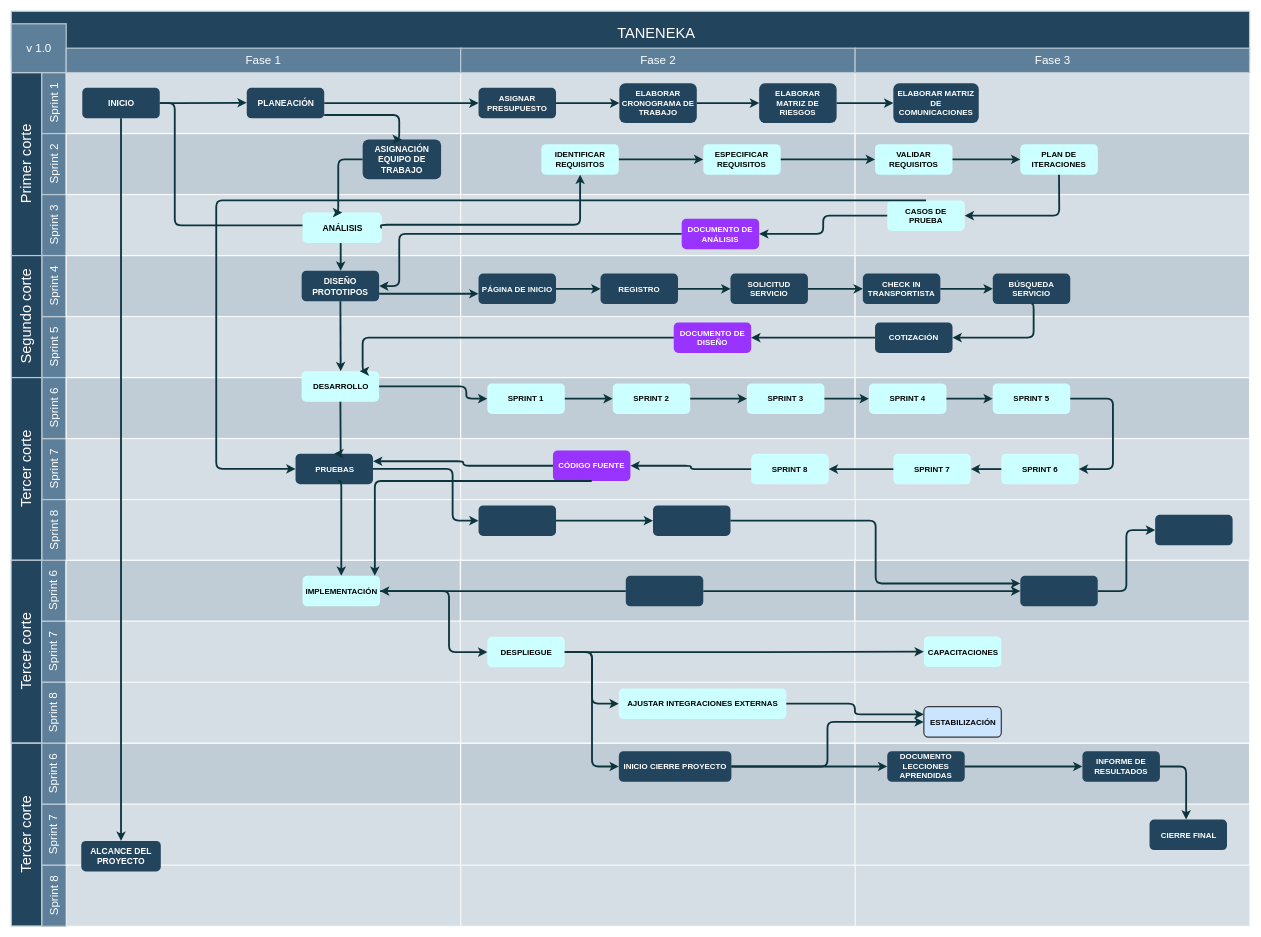
Before: src/Untitled Diagram.drawio in lilitoones/ejercicios-open-bootcamp, a draw.io diagram. Source tidied: cells renumbered, new cells numbered last; positions are measured from the earlier drawing's top-left corner, leaving out a move shared by most shapes. Both pictures are drawn from the tidied source at 61%, with x=0, y=0 at pixel (11, 11).
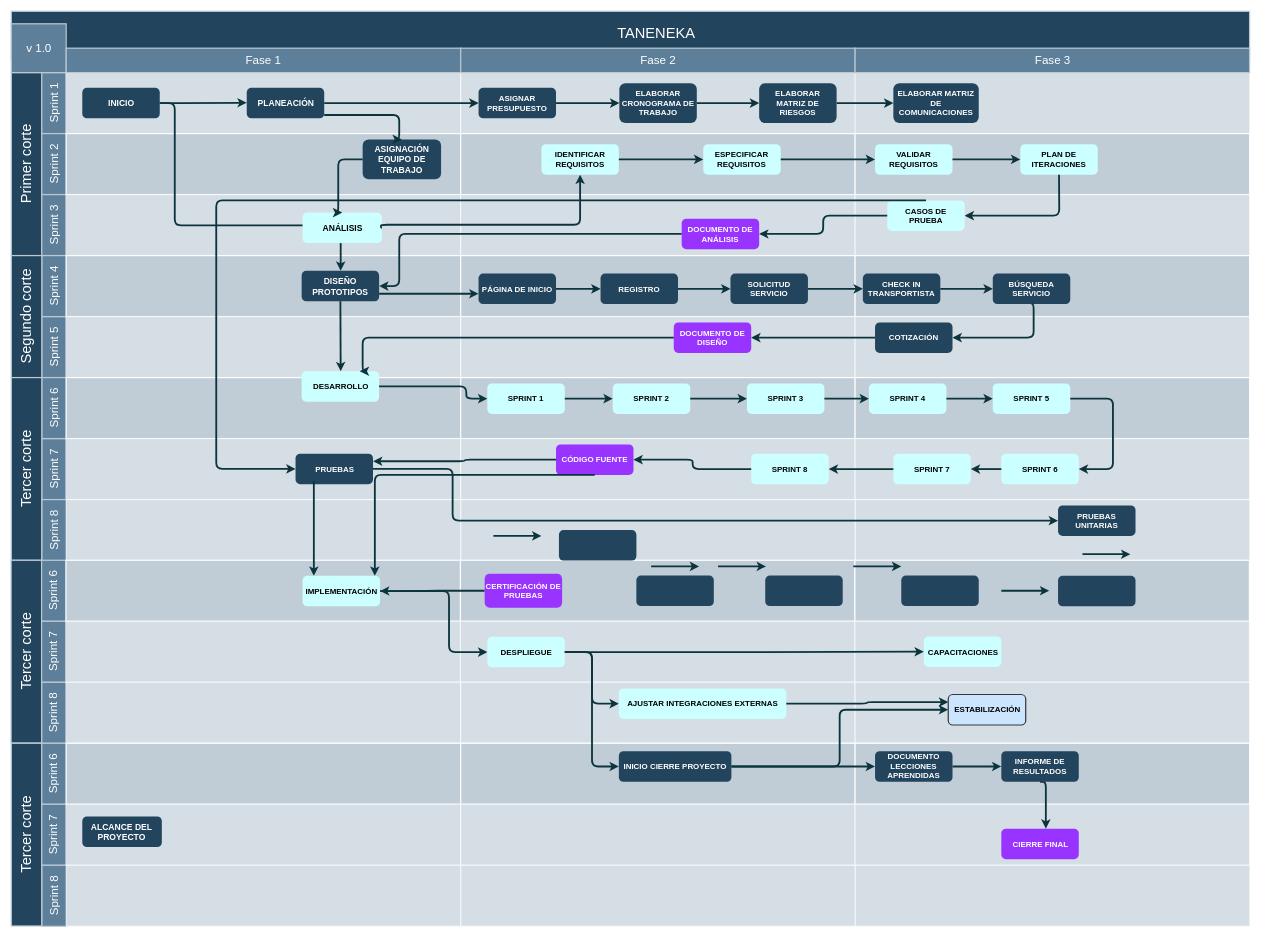
After the change.

The change refers to these unchanged cells:
```xml
<mxCell id="36" value="&lt;font style=&quot;vertical-align: inherit ; font-size: 14px&quot; color=&quot;#ffffff&quot;&gt;&lt;b&gt;INICIO&lt;/b&gt;&lt;/font&gt;" style="rounded=1;fillColor=#23445D;strokeColor=none;strokeWidth=2;fontFamily=Helvetica;html=1;gradientColor=none;" parent="1" vertex="1">
  <mxGeometry x="116.4" y="125.5" width="127" height="50" as="geometry" />
</mxCell>
<mxCell id="40" value="&lt;font style=&quot;vertical-align: inherit ; font-size: 13px&quot;&gt;&lt;font style=&quot;vertical-align: inherit ; font-size: 13px&quot;&gt;&lt;font style=&quot;vertical-align: inherit ; font-size: 13px&quot;&gt;&lt;font style=&quot;vertical-align: inherit ; font-size: 13px&quot;&gt;&lt;b&gt;DESARROLLO&lt;/b&gt;&lt;/font&gt;&lt;/font&gt;&lt;/font&gt;&lt;/font&gt;" style="rounded=1;fillColor=#CCFFFF;strokeColor=none;strokeWidth=2;fontFamily=Helvetica;html=1;gradientColor=none;fontColor=#000000;" parent="1" vertex="1">
  <mxGeometry x="476" y="590" width="127" height="50" as="geometry" />
</mxCell>
<mxCell id="102" value="&lt;font style=&quot;vertical-align: inherit ; font-size: 13px&quot;&gt;&lt;font style=&quot;vertical-align: inherit ; font-size: 13px&quot;&gt;&lt;font style=&quot;vertical-align: inherit ; font-size: 13px&quot;&gt;&lt;font style=&quot;vertical-align: inherit ; font-size: 13px&quot; color=&quot;#ffffff&quot;&gt;&lt;b&gt;PRUEBAS&lt;/b&gt;&lt;/font&gt;&lt;/font&gt;&lt;/font&gt;&lt;/font&gt;" style="rounded=1;fillColor=#23445D;strokeColor=none;strokeWidth=2;fontFamily=Helvetica;html=1;gradientColor=none;" parent="1" vertex="1">
  <mxGeometry x="466" y="725.2" width="127" height="50" as="geometry" />
</mxCell>
<mxCell id="115" value="&lt;font style=&quot;vertical-align: inherit ; font-size: 13px&quot;&gt;&lt;font style=&quot;vertical-align: inherit ; font-size: 13px&quot;&gt;&lt;font style=&quot;vertical-align: inherit ; font-size: 13px&quot;&gt;&lt;font style=&quot;vertical-align: inherit ; font-size: 13px&quot;&gt;&lt;b&gt;IMPLEMENTACIÓN&lt;/b&gt;&lt;/font&gt;&lt;/font&gt;&lt;/font&gt;&lt;/font&gt;" style="rounded=1;fillColor=#CCFFFF;strokeColor=none;strokeWidth=2;fontFamily=Helvetica;html=1;gradientColor=none;fontColor=#000000;" parent="1" vertex="1">
  <mxGeometry x="477.5" y="925.5" width="127" height="50" as="geometry" />
</mxCell>
```

Change to the diagram source:
```diff
@@
     <mxCell id="45" value="CÓDIGO FUENTE" style="rounded=1;fillColor=#9933FF;strokeColor=none;strokeWidth=2;fontFamily=Helvetica;html=1;gradientColor=none;fontSize=13;fontStyle=1;fontColor=#FFFFFF;whiteSpace=wrap;" parent="1" vertex="1">
-      <mxGeometry x="888" y="720" width="127" height="50" as="geometry" />
+      <mxGeometry x="893" y="710" width="127" height="50" as="geometry" />
     </mxCell>
@@
-    <mxCell id="104" style="rounded=1;fillColor=#23445D;strokeColor=none;strokeWidth=2;fontFamily=Helvetica;html=1;gradientColor=none;fontSize=13;fontStyle=1;fontColor=#FFFFFF;whiteSpace=wrap;" parent="1" vertex="1">
-      <mxGeometry x="766" y="810" width="127" height="50" as="geometry" />
+    <mxCell id="104" value="PRUEBAS UNITARIAS" style="rounded=1;fillColor=#23445D;strokeColor=none;strokeWidth=2;fontFamily=Helvetica;html=1;gradientColor=none;fontSize=13;fontStyle=1;fontColor=#FFFFFF;whiteSpace=wrap;" parent="1" vertex="1">
+      <mxGeometry x="1716" y="810" width="127" height="50" as="geometry" />
     </mxCell>
@@
-    <mxCell id="106" style="edgeStyle=elbowEdgeStyle;elbow=horizontal;strokeWidth=3;strokeColor=#0C343D;fontFamily=Helvetica;html=1;" parent="1" edge="1" source="104" target="107">
-      <mxGeometry x="6.4" y="1030.5" as="geometry" />
-    </mxCell>
-    <mxCell id="107" style="rounded=1;fillColor=#23445D;strokeColor=none;strokeWidth=2;fontFamily=Helvetica;html=1;gradientColor=none;fontSize=13;fontStyle=1;fontColor=#FFFFFF;whiteSpace=wrap;" parent="1" vertex="1">
-      <mxGeometry x="1052" y="810" width="127" height="50" as="geometry" />
-    </mxCell>
-    <mxCell id="108" style="rounded=1;fillColor=#23445D;strokeColor=none;strokeWidth=2;fontFamily=Helvetica;html=1;gradientColor=none;fontSize=13;fontStyle=1;fontColor=#FFFFFF;whiteSpace=wrap;" parent="1" vertex="1">
-      <mxGeometry x="1007.4" y="925.5" width="127" height="50" as="geometry" />
+    <mxCell id="108" value="CERTIFICACIÓN DE PRUEBAS" style="rounded=1;fillColor=#9933FF;strokeColor=none;strokeWidth=2;fontFamily=Helvetica;html=1;gradientColor=none;fontSize=13;fontStyle=1;fontColor=#FFFFFF;whiteSpace=wrap;" parent="1" vertex="1">
+      <mxGeometry x="776" y="922.2" width="127" height="55.5" as="geometry" />
     </mxCell>
-    <mxCell id="109" style="edgeStyle=elbowEdgeStyle;elbow=horizontal;strokeWidth=3;strokeColor=#0C343D;fontFamily=Helvetica;html=1;entryX=0;entryY=0.25;entryDx=0;entryDy=0;" parent="1" edge="1" source="107" target="111">
-      <mxGeometry x="6.4" y="1030.5" as="geometry" />
-    </mxCell>
-    <mxCell id="110" style="edgeStyle=elbowEdgeStyle;elbow=horizontal;strokeWidth=3;strokeColor=#0C343D;fontFamily=Helvetica;html=1;" parent="1" edge="1" source="108" target="111">
-      <mxGeometry x="6.4" y="1030.5" as="geometry" />
-    </mxCell>
     <mxCell id="111" style="rounded=1;fillColor=#23445D;strokeColor=none;strokeWidth=2;gradientColor=none;fontFamily=Helvetica;html=1;fontSize=13;fontStyle=1;fontColor=#FFFFFF;whiteSpace=wrap;" parent="1" vertex="1">
-      <mxGeometry x="1654.1" y="925.5" width="127" height="50" as="geometry" />
+      <mxGeometry x="897.8" y="850.5" width="127" height="50" as="geometry" />
     </mxCell>
-    <mxCell id="112" style="edgeStyle=elbowEdgeStyle;elbow=horizontal;strokeWidth=3;strokeColor=#0C343D;fontFamily=Helvetica;html=1;" parent="1" edge="1" source="111" target="113">
-      <mxGeometry x="6.4" y="1030.5" as="geometry" />
-    </mxCell>
     <mxCell id="113" style="rounded=1;fillColor=#23445D;strokeColor=none;strokeWidth=2;gradientColor=none;fontFamily=Helvetica;html=1;fontSize=13;fontStyle=1;fontColor=#FFFFFF;whiteSpace=wrap;" parent="1" vertex="1">
-      <mxGeometry x="1875.2" y="825.5" width="127" height="50" as="geometry" />
+      <mxGeometry x="1024.7" y="925" width="127" height="50" as="geometry" />
     </mxCell>
     <mxCell id="114" style="edgeStyle=elbowEdgeStyle;elbow=horizontal;strokeWidth=3;strokeColor=#0C343D;fontFamily=Helvetica;html=1;" parent="1" edge="1" target="115">
       <mxGeometry x="175.2" y="1355.5" as="geometry">
-        <mxPoint x="536" y="770" as="sourcePoint" />
+        <mxPoint x="496" y="770" as="sourcePoint" />
         <Array as="points">
+          <mxPoint x="496" y="830" />
           <mxPoint x="541" y="850" />
           <mxPoint x="616" y="770" />
         </Array>
       </mxGeometry>
     </mxCell>
@@
     <mxCell id="124" value="ESTABILIZACIÓN" style="rounded=1;fillColor=#cce5ff;strokeColor=#36393d;strokeWidth=2;fontFamily=Helvetica;html=1;fontSize=13;fontStyle=1;" parent="1" vertex="1">
-      <mxGeometry x="1496" y="1140" width="127" height="50" as="geometry" />
+      <mxGeometry x="1536" y="1120" width="127" height="50" as="geometry" />
     </mxCell>
@@
     <mxCell id="126" value="DOCUMENTO LECCIONES APRENDIDAS" style="rounded=1;fillColor=#23445D;strokeColor=none;strokeWidth=2;gradientColor=none;fontFamily=Helvetica;html=1;fontSize=13;fontStyle=1;fontColor=#FFFFFF;whiteSpace=wrap;" parent="1" vertex="1">
-      <mxGeometry x="1436" y="1213" width="127" height="50" as="geometry" />
+      <mxGeometry x="1416" y="1213" width="127" height="50" as="geometry" />
     </mxCell>
-    <mxCell id="127" style="edgeStyle=elbowEdgeStyle;elbow=horizontal;strokeWidth=3;strokeColor=#0C343D;fontFamily=Helvetica;html=1;exitX=1;exitY=0.5;exitDx=0;exitDy=0;" parent="1" edge="1" source="132" target="128">
+    <mxCell id="127" style="edgeStyle=elbowEdgeStyle;elbow=horizontal;strokeWidth=3;strokeColor=#0C343D;fontFamily=Helvetica;html=1;exitX=0.5;exitY=1;exitDx=0;exitDy=0;" parent="1" edge="1" source="132" target="128">
       <mxGeometry x="-6.5" y="1425" as="geometry">
         <Array as="points">
-          <mxPoint x="1926" y="1310" />
+          <mxPoint x="1696" y="1290" />
+          <mxPoint x="1696" y="1300" />
           <mxPoint x="1506" y="1280" />
         </Array>
       </mxGeometry>
     </mxCell>
-    <mxCell id="128" value="CIERRE FINAL" style="rounded=1;fillColor=#23445D;strokeColor=none;strokeWidth=2;gradientColor=none;fontFamily=Helvetica;html=1;fontSize=13;fontStyle=1;fontColor=#FFFFFF;" parent="1" vertex="1">
-      <mxGeometry x="1866" y="1325" width="127" height="50" as="geometry" />
+    <mxCell id="128" value="CIERRE FINAL" style="rounded=1;fillColor=#9933FF;strokeColor=none;strokeWidth=2;gradientColor=none;fontFamily=Helvetica;html=1;fontSize=13;fontStyle=1;fontColor=#FFFFFF;" parent="1" vertex="1">
+      <mxGeometry x="1623" y="1340" width="127" height="50" as="geometry" />
     </mxCell>
@@
     <mxCell id="132" value="INFORME DE RESULTADOS" style="rounded=1;fillColor=#23445D;strokeColor=none;strokeWidth=2;gradientColor=none;fontFamily=Helvetica;html=1;fontSize=13;fontStyle=1;fontColor=#FFFFFF;whiteSpace=wrap;" parent="1" vertex="1">
-      <mxGeometry x="1756" y="1213" width="127" height="50" as="geometry" />
+      <mxGeometry x="1623" y="1213" width="127" height="50" as="geometry" />
     </mxCell>
@@
-    <mxCell id="134" style="edgeStyle=orthogonalEdgeStyle;rounded=1;jumpStyle=none;html=1;labelBackgroundColor=#ffffff;startArrow=none;startFill=0;endArrow=classic;jettySize=auto;strokeColor=#0C343D;strokeWidth=3;fontFamily=Helvetica;fontSize=11;fontColor=#000000;exitX=0.5;exitY=1;exitDx=0;exitDy=0;entryX=0.5;entryY=0;entryDx=0;entryDy=0;" parent="1" edge="1" source="36" target="135">
-      <mxGeometry relative="1" as="geometry">
-        <Array as="points">
-          <mxPoint x="180" y="1340" />
-        </Array>
-      </mxGeometry>
-    </mxCell>
     <mxCell id="135" value="&lt;font color=&quot;#ffffff&quot;&gt;&lt;span style=&quot;font-size: 14px&quot;&gt;&lt;b&gt;ALCANCE DEL PROYECTO&lt;/b&gt;&lt;/span&gt;&lt;/font&gt;" style="rounded=1;fillColor=#23445D;strokeColor=none;strokeWidth=2;fontFamily=Helvetica;html=1;gradientColor=none;whiteSpace=wrap;" parent="1" vertex="1">
-      <mxGeometry x="114.7" y="1360" width="130.4" height="50" as="geometry" />
+      <mxGeometry x="116.4" y="1320" width="130.4" height="50" as="geometry" />
     </mxCell>
@@
-    <mxCell id="162" style="edgeStyle=elbowEdgeStyle;elbow=horizontal;strokeWidth=3;strokeColor=#0C343D;fontFamily=Helvetica;html=1;entryX=0.5;entryY=0;entryDx=0;entryDy=0;exitX=0.5;exitY=1;exitDx=0;exitDy=0;" parent="1" edge="1" source="40" target="102">
-      <mxGeometry x="-510.5" y="740" as="geometry">
-        <Array as="points">
-          <mxPoint x="540" y="700" />
-        </Array>
-      </mxGeometry>
-    </mxCell>
@@
+    <mxCell id="173" style="rounded=1;fillColor=#23445D;strokeColor=none;strokeWidth=2;fontFamily=Helvetica;html=1;gradientColor=none;fontSize=13;fontStyle=1;fontColor=#FFFFFF;whiteSpace=wrap;" parent="1" vertex="1">
+      <mxGeometry x="1236" y="925" width="127" height="50" as="geometry" />
+    </mxCell>
+    <mxCell id="174" style="rounded=1;fillColor=#23445D;strokeColor=none;strokeWidth=2;fontFamily=Helvetica;html=1;gradientColor=none;fontSize=13;fontStyle=1;fontColor=#FFFFFF;whiteSpace=wrap;" parent="1" vertex="1">
+      <mxGeometry x="1459" y="925" width="127" height="50" as="geometry" />
+    </mxCell>
+    <mxCell id="175" style="rounded=1;fillColor=#23445D;strokeColor=none;strokeWidth=2;fontFamily=Helvetica;html=1;gradientColor=none;fontSize=13;fontStyle=1;fontColor=#FFFFFF;whiteSpace=wrap;" parent="1" vertex="1">
+      <mxGeometry x="1716" y="925.5" width="127" height="50" as="geometry" />
+    </mxCell>
+    <mxCell id="176" style="edgeStyle=elbowEdgeStyle;elbow=horizontal;strokeWidth=3;strokeColor=#0C343D;fontFamily=Helvetica;html=1;" parent="1" edge="1">
+      <mxGeometry x="855.1" y="1085.5" as="geometry">
+        <mxPoint x="1756" y="890" as="sourcePoint" />
+        <mxPoint x="1834.6" y="890" as="targetPoint" />
+      </mxGeometry>
+    </mxCell>
+    <mxCell id="177" style="edgeStyle=elbowEdgeStyle;elbow=horizontal;strokeWidth=3;strokeColor=#0C343D;fontFamily=Helvetica;html=1;" parent="1" edge="1">
+      <mxGeometry x="722.1" y="1145.5" as="geometry">
+        <mxPoint x="1623" y="950" as="sourcePoint" />
+        <mxPoint x="1701.6" y="950" as="targetPoint" />
+      </mxGeometry>
+    </mxCell>
+    <mxCell id="178" style="edgeStyle=elbowEdgeStyle;elbow=horizontal;strokeWidth=3;strokeColor=#0C343D;fontFamily=Helvetica;html=1;" parent="1" edge="1">
+      <mxGeometry x="479.4" y="1105.5" as="geometry">
+        <mxPoint x="1380.4" y="910" as="sourcePoint" />
+        <mxPoint x="1459" y="910" as="targetPoint" />
+      </mxGeometry>
+    </mxCell>
+    <mxCell id="179" style="edgeStyle=elbowEdgeStyle;elbow=horizontal;strokeWidth=3;strokeColor=#0C343D;fontFamily=Helvetica;html=1;" parent="1" edge="1">
+      <mxGeometry x="257.7" y="1105.5" as="geometry">
+        <mxPoint x="1158.6" y="910" as="sourcePoint" />
+        <mxPoint x="1237.2" y="910" as="targetPoint" />
+      </mxGeometry>
+    </mxCell>
+    <mxCell id="180" style="edgeStyle=elbowEdgeStyle;elbow=horizontal;strokeWidth=3;strokeColor=#0C343D;fontFamily=Helvetica;html=1;" parent="1" edge="1">
+      <mxGeometry x="148" y="1105.5" as="geometry">
+        <mxPoint x="1048.9" y="910" as="sourcePoint" />
+        <mxPoint x="1127.6" y="910" as="targetPoint" />
+      </mxGeometry>
+    </mxCell>
+    <mxCell id="181" style="edgeStyle=elbowEdgeStyle;elbow=horizontal;strokeWidth=3;strokeColor=#0C343D;fontFamily=Helvetica;html=1;" parent="1" edge="1">
+      <mxGeometry x="-110.6" y="1055.5" as="geometry">
+        <mxPoint x="790.3" y="860" as="sourcePoint" />
+        <mxPoint x="869" y="860" as="targetPoint" />
+      </mxGeometry>
+    </mxCell>
```
